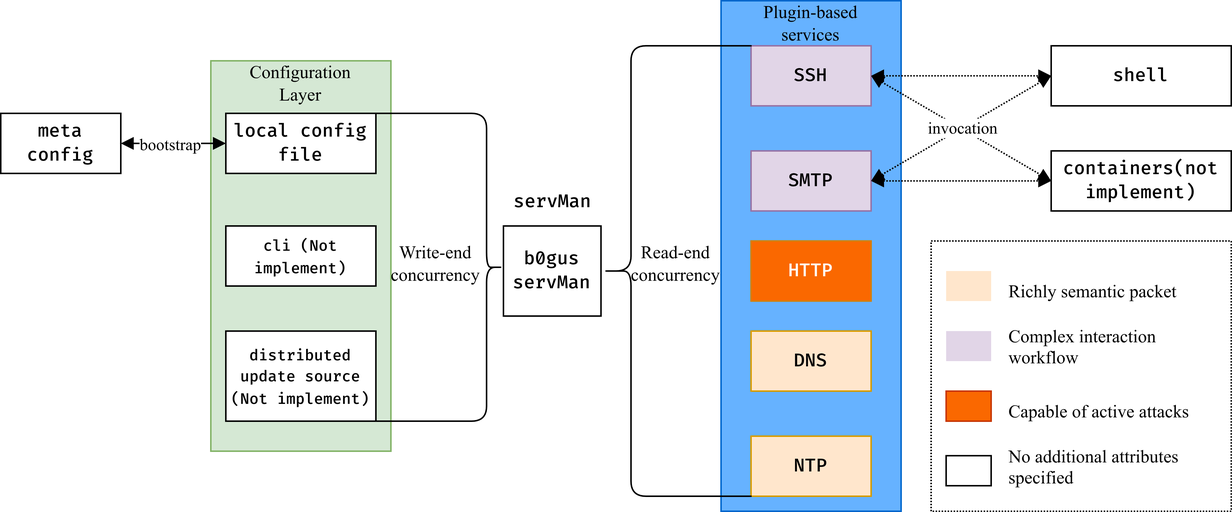
The draw.io diagram assets/design/en/arch-design.png in TrisenYu/b0gus, before a commit. Source tidied: cells renumbered, new cells last; positions are measured from the earlier drawing's top-left corner, leaving out a move shared by most shapes.
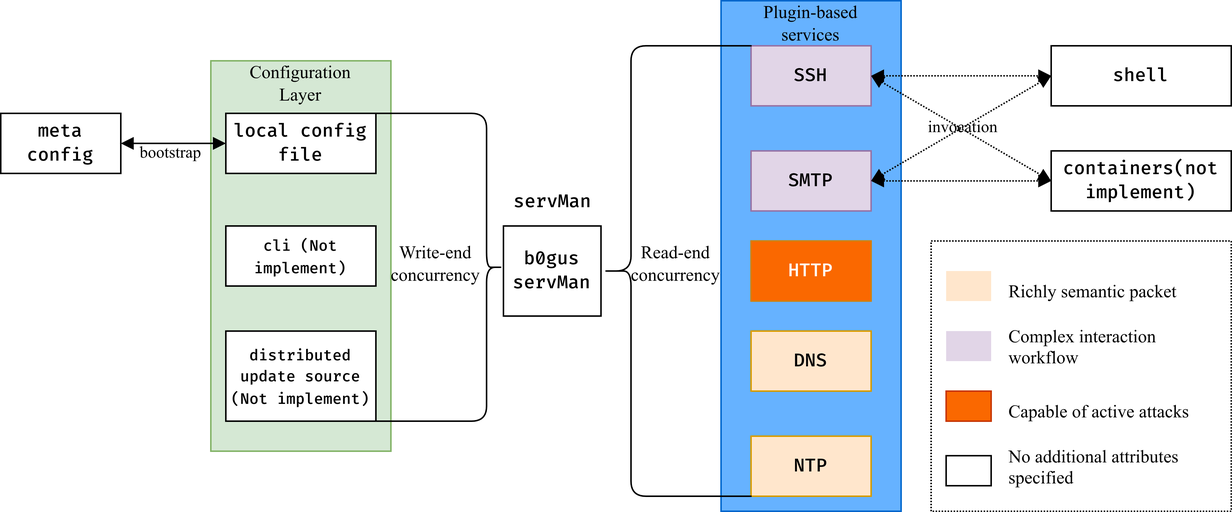
The same diagram one commit later.

The edit, as a diff of the source:
```diff
@@ -50,7 +50,7 @@
     <mxCell id="17" style="endArrow=block;startArrow=block;html=1;exitX=1;exitY=0.5;exitDx=0;exitDy=0;dashed=1;dashPattern=1 1;entryX=0;entryY=0.5;entryDx=0;entryDy=0;startFill=1;endFill=1;" parent="1" edge="1" source="4" target="14">
       <mxGeometry relative="1" as="geometry" />
     </mxCell>
-    <mxCell id="18" value="&lt;font face=&quot;Times New Roman&quot;&gt;invocation&lt;/font&gt;" style="edgeLabel;html=1;align=center;verticalAlign=middle;" parent="17" vertex="1">
+    <mxCell id="18" value="&lt;font face=&quot;Times New Roman&quot;&gt;invocation&lt;/font&gt;" style="edgeLabel;html=1;align=center;verticalAlign=middle;labelBackgroundColor=none;" parent="17" vertex="1">
       <mxGeometry y="1" relative="1" as="geometry" />
     </mxCell>
     <mxCell id="19" style="endArrow=block;startArrow=block;html=1;exitX=1;exitY=0.5;exitDx=0;exitDy=0;dashed=1;dashPattern=1 1;startFill=1;endFill=1;entryX=0;entryY=0.5;entryDx=0;entryDy=0;" parent="1" edge="1" source="5" target="14">
@@ -65,9 +65,9 @@
     <mxCell id="22" style="endArrow=block;html=1;exitX=1;exitY=0.5;exitDx=0;exitDy=0;endFill=1;startArrow=block;startFill=1;entryX=0;entryY=0.5;entryDx=0;entryDy=0;" parent="1" edge="1" source="21" target="9">
       <mxGeometry relative="1" as="geometry" />
     </mxCell>
-    <mxCell id="23" value="&lt;font face=&quot;Times New Roman&quot;&gt;bootstrap&lt;/font&gt;" style="edgeLabel;html=1;align=center;verticalAlign=middle;" parent="22" vertex="1">
+    <mxCell id="23" value="&lt;font face=&quot;Times New Roman&quot;&gt;bootstrap&lt;/font&gt;" style="edgeLabel;html=1;align=center;verticalAlign=middle;labelBackgroundColor=none;" parent="22" vertex="1">
       <mxGeometry x="-0.13" y="1" relative="1" as="geometry">
-        <mxPoint x="2" y="1" as="offset" />
+        <mxPoint x="2" y="6" as="offset" />
       </mxGeometry>
     </mxCell>
     <mxCell id="24" style="rounded=0;whiteSpace=wrap;html=1;fillColor=none;dashed=1;dashPattern=1 1;" parent="1" vertex="1">
```
